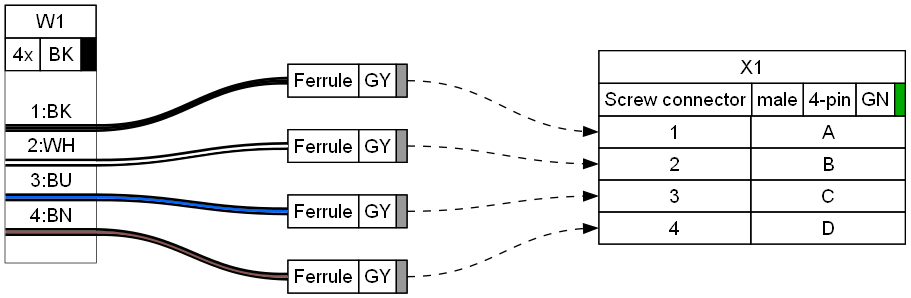
Above: examples/ex11.png in wireviz/WireViz (Graphviz), before the change. Its source is kept beside it as examples/ex11.gv.
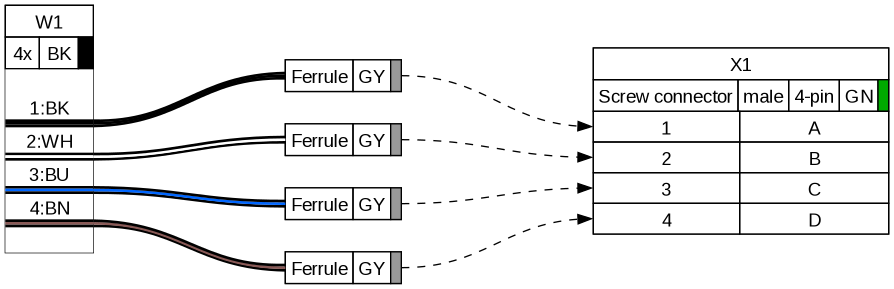
The same file after the commit.

Change to the diagram source:
```diff
@@ -92,22 +92,18 @@
     <tr>
      <td port="p1l">1</td>
      <td>A</td>
-     []
     </tr>
     <tr>
      <td port="p2l">2</td>
      <td>B</td>
-     []
     </tr>
     <tr>
      <td port="p3l">3</td>
      <td>C</td>
-     []
     </tr>
     <tr>
      <td port="p4l">4</td>
      <td>D</td>
-     []
     </tr>
    </table>
   </td>
@@ -150,19 +146,7 @@
      <td align="right"> </td>
     </tr>
     <tr>
-     <td border="0" cellspacing="0" cellpadding="0" colspan="5" height="6" port="w1">
-      <table border="0" cellborder="0" cellspacing="0">
-       <tr>
-        <td bgcolor="#FFFFFF" border="0" cellpadding="0" colspan="5" height="2"></td>
-       </tr>
-       <tr>
-        <td bgcolor="#FFFFFF" border="0" cellpadding="0" colspan="5" height="2"></td>
-       </tr>
-       <tr>
-        <td bgcolor="#FFFFFF" border="0" cellpadding="0" colspan="5" height="2"></td>
-       </tr>
-      </table>
-     </td>
+     <td border="0" cellspacing="0" cellpadding="0" colspan="5" height="6" port="w1"></td>
     </tr>
     <tr>
      <td align="left"> </td>
@@ -172,19 +156,7 @@
      <td align="right"> </td>
     </tr>
     <tr>
-     <td border="0" cellspacing="0" cellpadding="0" colspan="5" height="6" port="w2">
-      <table border="0" cellborder="0" cellspacing="0">
-       <tr>
-        <td bgcolor="#FFFFFF" border="0" cellpadding="0" colspan="5" height="2"></td>
-       </tr>
-       <tr>
-        <td bgcolor="#FFFFFF" border="0" cellpadding="0" colspan="5" height="2"></td>
-       </tr>
-       <tr>
-        <td bgcolor="#FFFFFF" border="0" cellpadding="0" colspan="5" height="2"></td>
-       </tr>
-      </table>
-     </td>
+     <td border="0" cellspacing="0" cellpadding="0" colspan="5" height="6" port="w2"></td>
     </tr>
     <tr>
      <td align="left"> </td>
@@ -194,19 +166,7 @@
      <td align="right"> </td>
     </tr>
     <tr>
-     <td border="0" cellspacing="0" cellpadding="0" colspan="5" height="6" port="w3">
-      <table border="0" cellborder="0" cellspacing="0">
-       <tr>
-        <td bgcolor="#FFFFFF" border="0" cellpadding="0" colspan="5" height="2"></td>
-       </tr>
-       <tr>
-        <td bgcolor="#FFFFFF" border="0" cellpadding="0" colspan="5" height="2"></td>
-       </tr>
-       <tr>
-        <td bgcolor="#FFFFFF" border="0" cellpadding="0" colspan="5" height="2"></td>
-       </tr>
-      </table>
-     </td>
+     <td border="0" cellspacing="0" cellpadding="0" colspan="5" height="6" port="w3"></td>
     </tr>
     <tr>
      <td align="left"> </td>
@@ -216,19 +176,7 @@
      <td align="right"> </td>
     </tr>
     <tr>
-     <td border="0" cellspacing="0" cellpadding="0" colspan="5" height="6" port="w4">
-      <table border="0" cellborder="0" cellspacing="0">
-       <tr>
-        <td bgcolor="#FFFFFF" border="0" cellpadding="0" colspan="5" height="2"></td>
-       </tr>
-       <tr>
-        <td bgcolor="#FFFFFF" border="0" cellpadding="0" colspan="5" height="2"></td>
-       </tr>
-       <tr>
-        <td bgcolor="#FFFFFF" border="0" cellpadding="0" colspan="5" height="2"></td>
-       </tr>
-      </table>
-     </td>
+     <td border="0" cellspacing="0" cellpadding="0" colspan="5" height="6" port="w4"></td>
     </tr>
     <tr>
      <td>&nbsp;</td>
```
